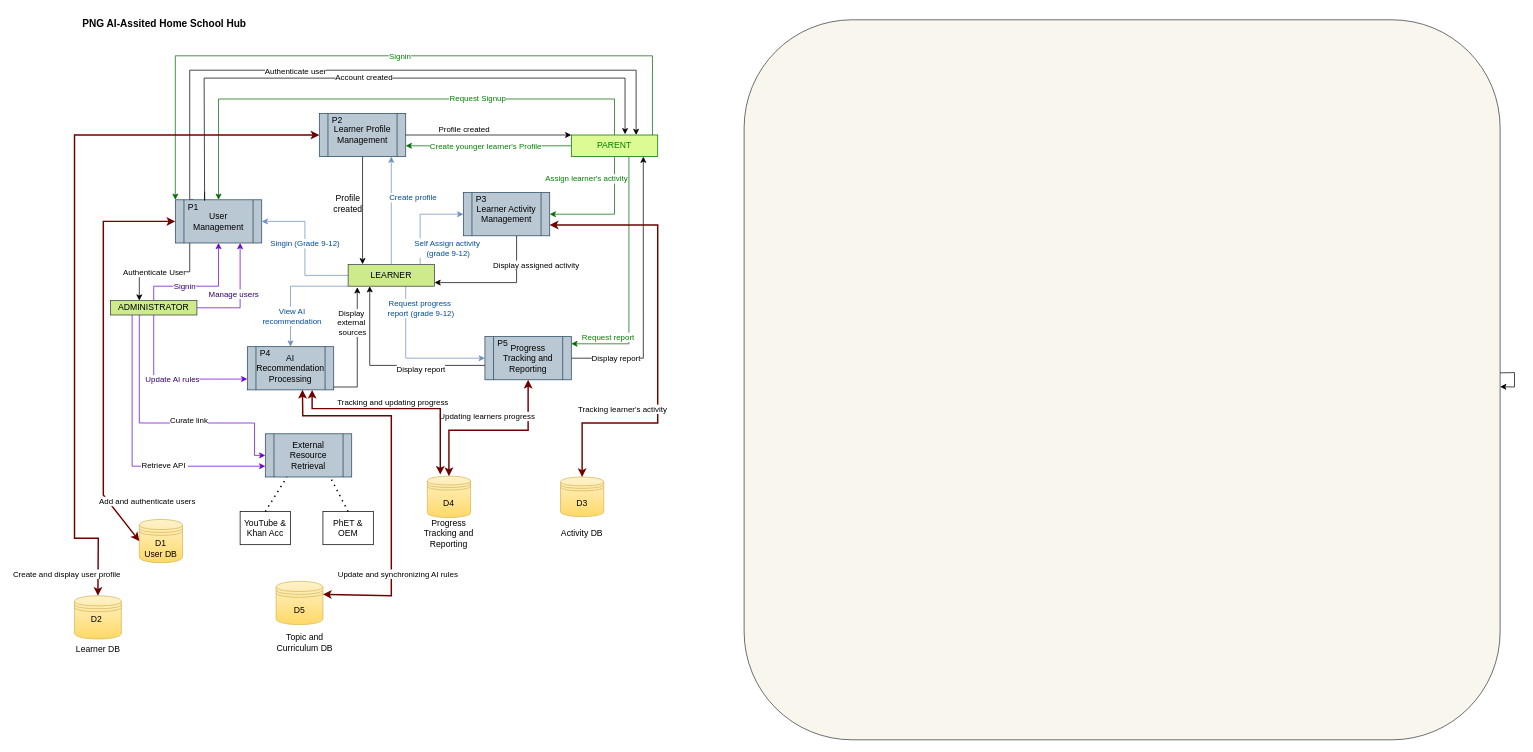
Nash230/IS406-Final-Year-Major-Project keeps this draw.io diagram as page "Data Flow Diagram Level 1" (4 of 8) of Use Case Diagram.drawio. Above is the earlier version. Source tidied: cells renumbered, new cells numbered last; positions are measured from the earlier drawing's top-left corner, leaving out a move shared by most shapes. Both pictures are drawn from the tidied source at 72%, with x=0, y=0 at pixel (66, 12).
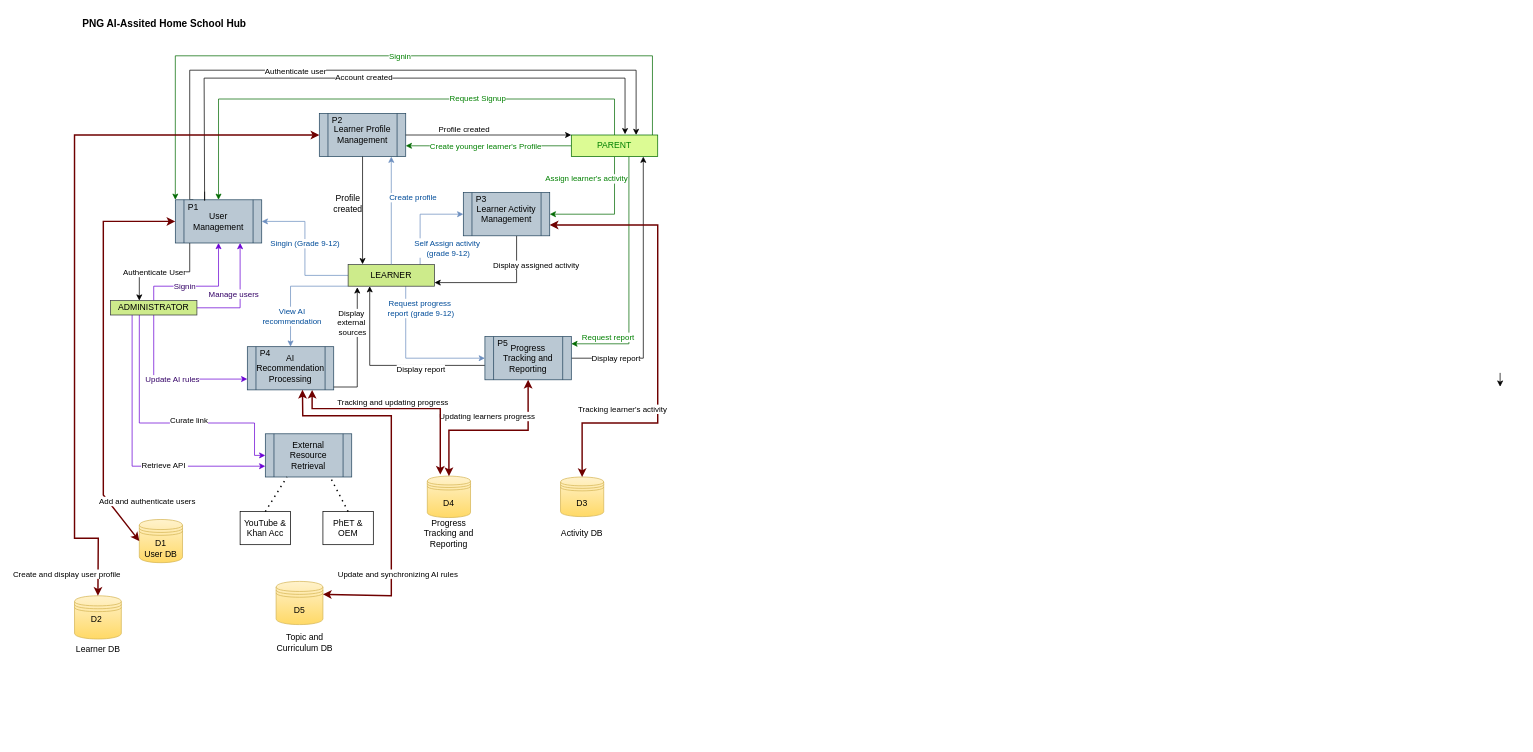
After the change.

The edit, as a diff of the source:
```diff
@@
-    <mxCell id="2" style="rounded=1;whiteSpace=wrap;html=1;fillColor=#f9f7ed;strokeColor=#36393d;" parent="1" vertex="1">
-      <mxGeometry x="942" y="10" width="1050" height="1000" as="geometry" />
-    </mxCell>
@@
-    <mxCell id="29" style="rounded=0;orthogonalLoop=1;jettySize=auto;html=1;" parent="1" edge="1" source="2" target="2">
-      <mxGeometry relative="1" as="geometry" />
+    <mxCell id="29" style="rounded=0;orthogonalLoop=1;jettySize=auto;html=1;" parent="1" edge="1">
+      <mxGeometry relative="1" as="geometry">
+        <mxPoint x="1992" y="500.4" as="sourcePoint" />
+        <mxPoint x="1992" y="519.6" as="targetPoint" />
+      </mxGeometry>
     </mxCell>
```
